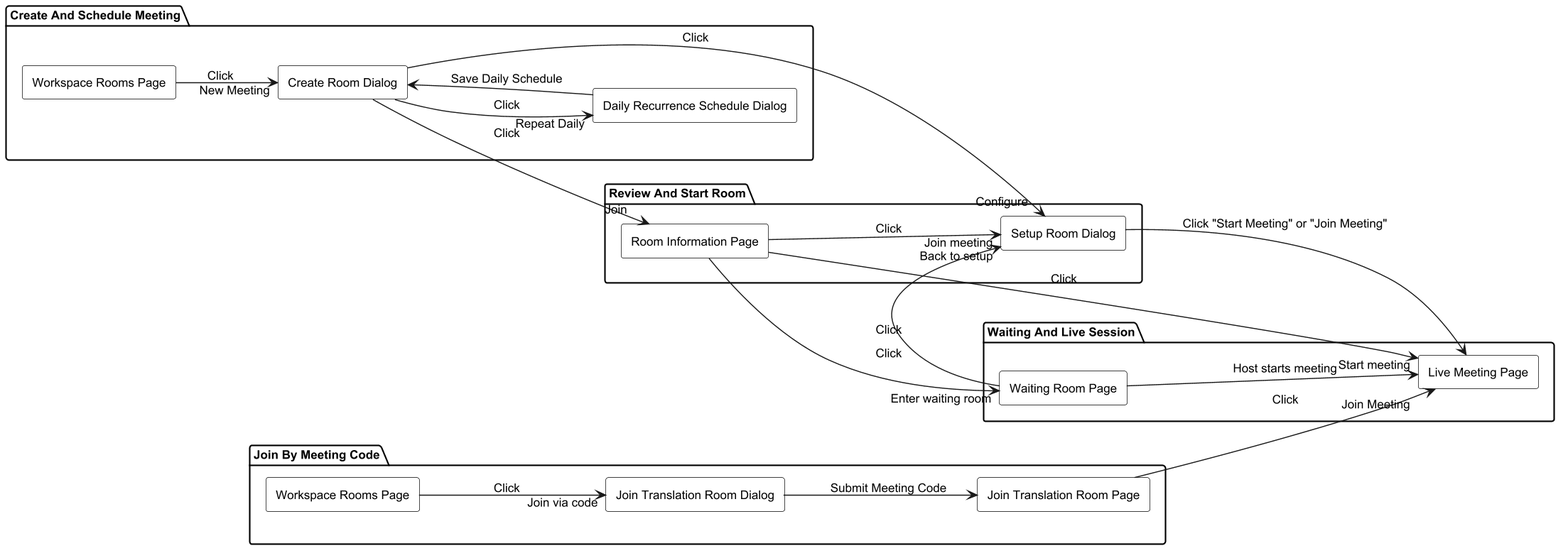
WarpTalk-CapstoneProject/warptalk-backend keeps this PlantUML diagram as .agents/resources/screen flow/meeting/05-meeting-entry-screen-flow-by-use-case.png. Above is the earlier version. Source of this version:
```plantuml
@startuml
skinparam monochrome true
skinparam shadowing false
skinparam defaultFontName Arial
skinparam defaultFontSize 12
skinparam dpi 136
skinparam rectangle {
  BackgroundColor white
  BorderColor black
}
left to right direction

package "Create And Schedule Meeting" {
  rectangle "Workspace Rooms Page" as ScheduleWorkspaceRoomsPage
  rectangle "Create Room Dialog" as CreateRoomDialog
  rectangle "Daily Recurrence Schedule Dialog" as DailyRecurrenceScheduleDialog
}

package "Review And Start Room" {
  rectangle "Room Information Page" as RoomInformationPage
  rectangle "Setup Room Dialog" as SetupRoomDialog
}

package "Join By Meeting Code" {
  rectangle "Workspace Rooms Page" as JoinWorkspaceRoomsPage
  rectangle "Join Translation Room Dialog" as JoinTranslationRoomDialog
  rectangle "Join Translation Room Page" as JoinTranslationRoomPage
}

package "Waiting And Live Session" {
  rectangle "Waiting Room Page" as WaitingRoomPage
  rectangle "Live Meeting Page" as LiveMeetingPage
}

ScheduleWorkspaceRoomsPage --> CreateRoomDialog : Click "New Meeting"
CreateRoomDialog --> DailyRecurrenceScheduleDialog : Click "Repeat Daily"
DailyRecurrenceScheduleDialog --> CreateRoomDialog : Save Daily Schedule
CreateRoomDialog --> SetupRoomDialog : Click "Configure"
CreateRoomDialog --> RoomInformationPage : Click "Join"

RoomInformationPage --> LiveMeetingPage : Click "Start meeting"
RoomInformationPage --> WaitingRoomPage : Click "Enter waiting room"
RoomInformationPage --> SetupRoomDialog : Click "Join meeting"
SetupRoomDialog --> LiveMeetingPage : Click "Start Meeting" or "Join Meeting"
WaitingRoomPage --> SetupRoomDialog : Click "Back to setup"
WaitingRoomPage --> LiveMeetingPage : Host starts meeting

JoinWorkspaceRoomsPage --> JoinTranslationRoomDialog : Click "Join via code"
JoinTranslationRoomDialog --> JoinTranslationRoomPage : Submit Meeting Code
JoinTranslationRoomPage --> LiveMeetingPage : Click "Join Meeting"

@enduml
```
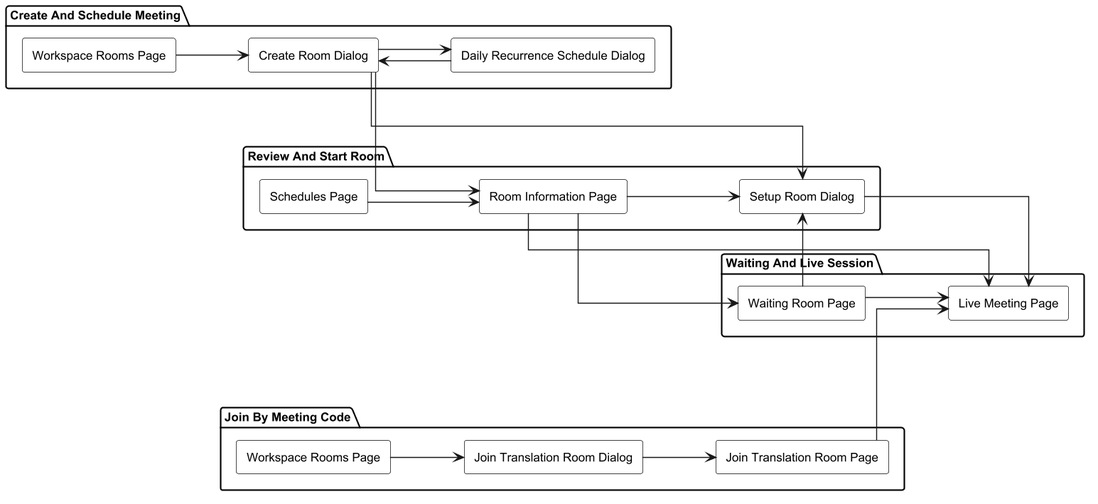
After the change.

Change to the diagram source:
```diff
@@ -1,6 +1,7 @@
 @startuml
 skinparam monochrome true
 skinparam shadowing false
+skinparam linetype ortho
 skinparam defaultFontName Arial
 skinparam defaultFontSize 12
 skinparam dpi 136
@@ -17,6 +18,7 @@
 }
 
 package "Review And Start Room" {
+  rectangle "Schedules Page" as SchedulesPage
   rectangle "Room Information Page" as RoomInformationPage
   rectangle "Setup Room Dialog" as SetupRoomDialog
 }
@@ -32,21 +34,22 @@
   rectangle "Live Meeting Page" as LiveMeetingPage
 }
 
-ScheduleWorkspaceRoomsPage --> CreateRoomDialog : Click "New Meeting"
-CreateRoomDialog --> DailyRecurrenceScheduleDialog : Click "Repeat Daily"
-DailyRecurrenceScheduleDialog --> CreateRoomDialog : Save Daily Schedule
-CreateRoomDialog --> SetupRoomDialog : Click "Configure"
-CreateRoomDialog --> RoomInformationPage : Click "Join"
+ScheduleWorkspaceRoomsPage --> CreateRoomDialog
+CreateRoomDialog --> DailyRecurrenceScheduleDialog
+DailyRecurrenceScheduleDialog --> CreateRoomDialog
+CreateRoomDialog --> SetupRoomDialog
+CreateRoomDialog --> RoomInformationPage
+SchedulesPage --> RoomInformationPage
 
-RoomInformationPage --> LiveMeetingPage : Click "Start meeting"
-RoomInformationPage --> WaitingRoomPage : Click "Enter waiting room"
-RoomInformationPage --> SetupRoomDialog : Click "Join meeting"
-SetupRoomDialog --> LiveMeetingPage : Click "Start Meeting" or "Join Meeting"
-WaitingRoomPage --> SetupRoomDialog : Click "Back to setup"
-WaitingRoomPage --> LiveMeetingPage : Host starts meeting
+RoomInformationPage --> LiveMeetingPage
+RoomInformationPage --> WaitingRoomPage
+RoomInformationPage --> SetupRoomDialog
+SetupRoomDialog --> LiveMeetingPage
+WaitingRoomPage --> SetupRoomDialog
+WaitingRoomPage --> LiveMeetingPage
 
-JoinWorkspaceRoomsPage --> JoinTranslationRoomDialog : Click "Join via code"
-JoinTranslationRoomDialog --> JoinTranslationRoomPage : Submit Meeting Code
-JoinTranslationRoomPage --> LiveMeetingPage : Click "Join Meeting"
+JoinWorkspaceRoomsPage --> JoinTranslationRoomDialog
+JoinTranslationRoomDialog --> JoinTranslationRoomPage
+JoinTranslationRoomPage --> LiveMeetingPage
 
 @enduml
```
